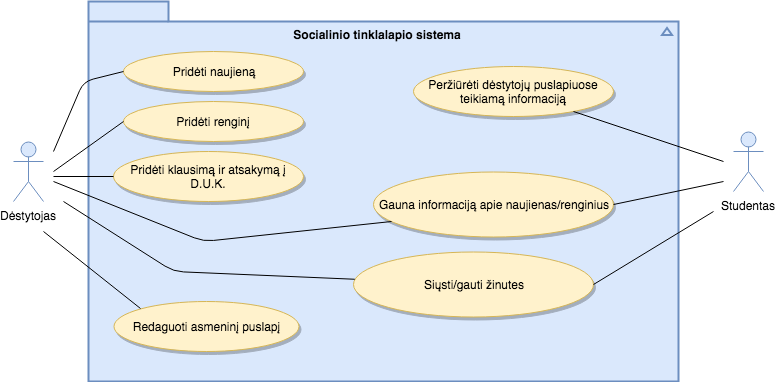
Earlier version of the draw.io export img/socpslSistema.png (eglepuo/PSI). Source tidied: cells renumbered, new cells last; positions are measured from the earlier drawing's top-left corner, leaving out a move shared by most shapes.
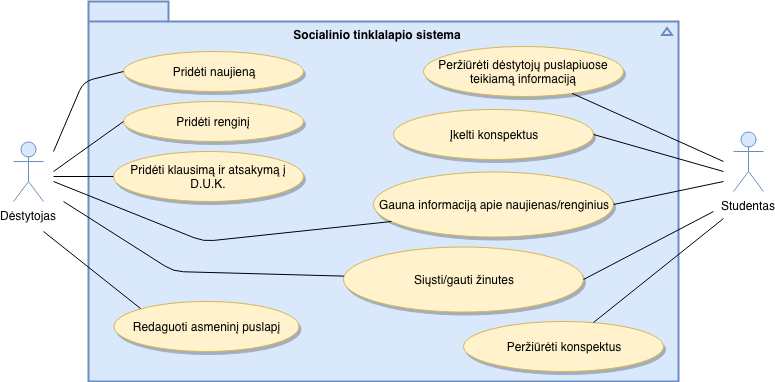
Above is the later version.

The edit, as a diff of the source:
```diff
@@ -21,13 +21,13 @@
       <mxGeometry x="100" y="300" width="185" height="50" as="geometry" />
     </mxCell>
     <mxCell id="8" value="Peržiūrėti dėstytojų puslapiuose teikiamą informaciją" style="ellipse;whiteSpace=wrap;html=1;shadow=1;fillColor=#fff2cc;strokeColor=#d6b656;" parent="1" vertex="1">
-      <mxGeometry x="400" y="65" width="200" height="50" as="geometry" />
+      <mxGeometry x="410" y="45" width="200" height="50" as="geometry" />
     </mxCell>
     <mxCell id="9" value="Gauna informaciją apie naujienas/renginius" style="ellipse;whiteSpace=wrap;html=1;shadow=1;fillColor=#fff2cc;strokeColor=#d6b656;" parent="1" vertex="1">
       <mxGeometry x="360" y="170" width="240" height="65" as="geometry" />
     </mxCell>
     <mxCell id="10" value="Siųsti/gauti žinutes" style="ellipse;whiteSpace=wrap;html=1;shadow=1;fillColor=#fff2cc;strokeColor=#d6b656;" parent="1" vertex="1">
-      <mxGeometry x="340" y="250" width="240" height="65" as="geometry" />
+      <mxGeometry x="330" y="245" width="240" height="65" as="geometry" />
     </mxCell>
     <mxCell id="11" value="Dėstytojas" style="shape=umlActor;verticalLabelPosition=bottom;labelBackgroundColor=#ffffff;verticalAlign=top;html=1;fillColor=#dae8fc;strokeColor=#6c8ebf;" parent="1" vertex="1">
       <mxGeometry y="140" width="30" height="60" as="geometry" />
@@ -89,5 +89,21 @@
         <mxPoint x="700" y="210" as="targetPoint" />
       </mxGeometry>
     </mxCell>
+    <mxCell id="22" value="Įkelti konspektus" style="ellipse;whiteSpace=wrap;html=1;shadow=1;fillColor=#fff2cc;strokeColor=#d6b656;" parent="1" vertex="1">
+      <mxGeometry x="380" y="107.5" width="200" height="50" as="geometry" />
+    </mxCell>
+    <mxCell id="23" value="Peržiūrėti konspektus" style="ellipse;whiteSpace=wrap;html=1;shadow=1;fillColor=#fff2cc;strokeColor=#d6b656;" parent="1" vertex="1">
+      <mxGeometry x="450" y="320" width="200" height="50" as="geometry" />
+    </mxCell>
+    <mxCell id="24" style="endArrow=none;html=1;exitX=1;exitY=0.5;" parent="1" edge="1" source="22">
+      <mxGeometry relative="1" as="geometry">
+        <mxPoint x="710" y="170" as="targetPoint" />
+      </mxGeometry>
+    </mxCell>
+    <mxCell id="25" style="endArrow=none;html=1;" parent="1" edge="1" target="23">
+      <mxGeometry relative="1" as="geometry">
+        <mxPoint x="710" y="217" as="sourcePoint" />
+      </mxGeometry>
+    </mxCell>
   </root>
 </mxGraphModel>
```
